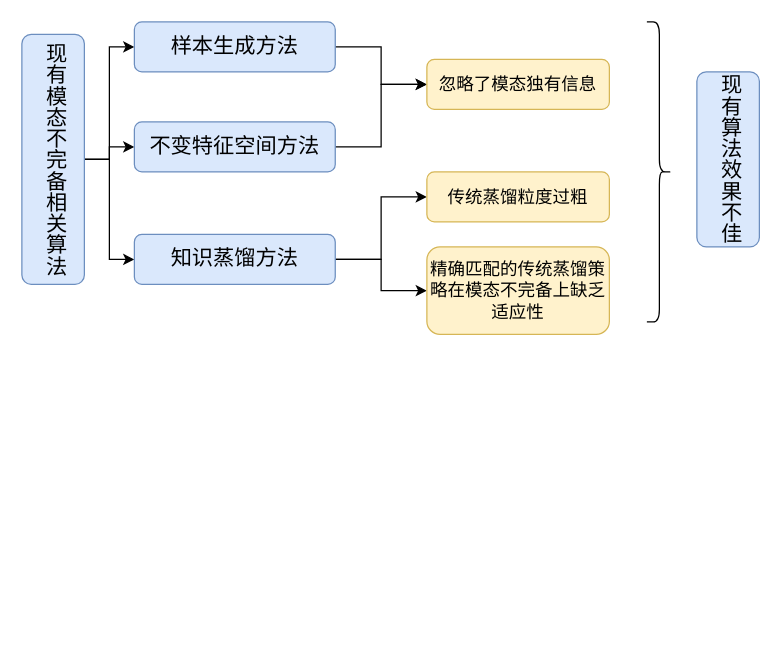
This is 2-4现有算法效果不佳.drawio from Losh-shi/graduate_map, a draw.io file, before an edit. Source tidied: cells renumbered, new cells numbered last; positions are measured from the earlier drawing's top-left corner, leaving out a move shared by most shapes. Both pictures are drawn from the tidied source at 125%, with x=0, y=0 at pixel (21, 21).
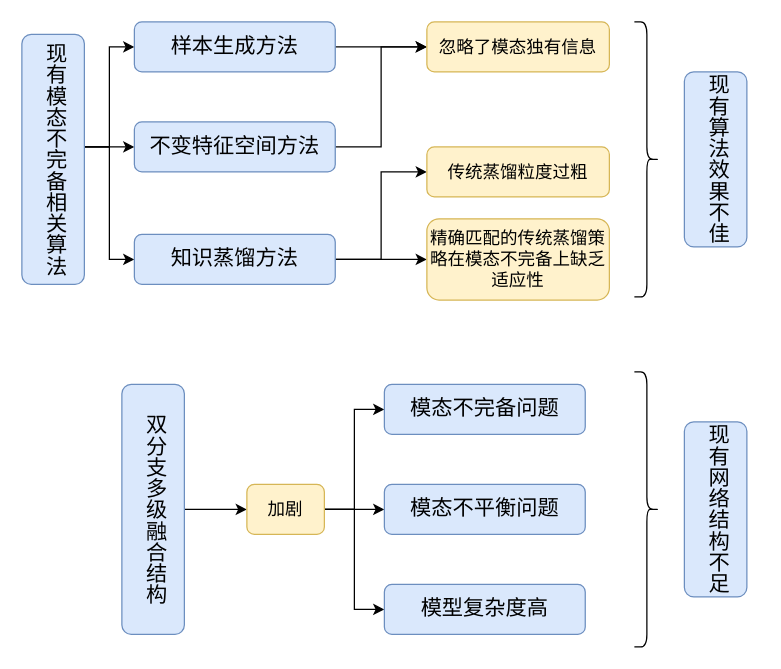
Above is the later version.

Commit message:
更新2-4现有算法效果不佳.drawio

Unchanged cells that the change refers to:
```xml
<mxCell id="5" value="&lt;font style=&quot;font-size: 17px;&quot; face=&quot;宋体&quot;&gt;现有模态不完备相关算法&lt;/font&gt;" style="rounded=1;whiteSpace=wrap;html=1;fillColor=#dae8fc;strokeColor=#6c8ebf;direction=south;textDirection=vertical-lr;" parent="1" vertex="1">
  <mxGeometry y="10" width="50" height="200" as="geometry" />
</mxCell>
<mxCell id="7" value="&lt;font style=&quot;font-size: 17px;&quot; face=&quot;宋体&quot;&gt;样本生成方法&lt;/font&gt;" style="rounded=1;whiteSpace=wrap;html=1;fillColor=#dae8fc;strokeColor=#6c8ebf;" parent="1" vertex="1">
  <mxGeometry x="90" width="160.7" height="40" as="geometry" />
</mxCell>
<mxCell id="9" value="&lt;span style=&quot;line-height: 150%;&quot;&gt;&lt;font style=&quot;font-size: 17px;&quot; face=&quot;宋体&quot;&gt;不变特征空间方法&lt;/font&gt;&lt;/span&gt;" style="rounded=1;whiteSpace=wrap;html=1;fillColor=#dae8fc;strokeColor=#6c8ebf;" parent="1" vertex="1">
  <mxGeometry x="90" y="80" width="160.7" height="40" as="geometry" />
</mxCell>
<mxCell id="12" value="&lt;font style=&quot;font-size: 17px;&quot; face=&quot;宋体&quot;&gt;知识蒸馏方法&lt;/font&gt;" style="rounded=1;whiteSpace=wrap;html=1;fillColor=#dae8fc;strokeColor=#6c8ebf;" parent="1" vertex="1">
  <mxGeometry x="90" y="170" width="160.7" height="40" as="geometry" />
</mxCell>
```

Change to the diagram source:
```diff
@@
     <mxCell id="2" style="edgeStyle=orthogonalEdgeStyle;rounded=0;jettySize=auto;html=1;entryX=0;entryY=0.5;entryDx=0;entryDy=0;" parent="1" edge="1" source="5" target="7">
-      <mxGeometry relative="1" as="geometry" />
+      <mxGeometry relative="1" as="geometry">
+        <Array as="points">
+          <mxPoint x="70" y="100" />
+          <mxPoint x="70" y="20" />
+        </Array>
+      </mxGeometry>
     </mxCell>
     <mxCell id="3" style="edgeStyle=orthogonalEdgeStyle;rounded=0;jettySize=auto;html=1;entryX=0;entryY=0.5;entryDx=0;entryDy=0;" parent="1" edge="1" source="5" target="9">
-      <mxGeometry relative="1" as="geometry" />
+      <mxGeometry relative="1" as="geometry">
+        <Array as="points">
+          <mxPoint x="70" y="100" />
+          <mxPoint x="70" y="100" />
+        </Array>
+      </mxGeometry>
     </mxCell>
     <mxCell id="4" style="edgeStyle=orthogonalEdgeStyle;rounded=0;jettySize=auto;html=1;entryX=0;entryY=0.5;entryDx=0;entryDy=0;" parent="1" edge="1" source="5" target="12">
-      <mxGeometry relative="1" as="geometry" />
+      <mxGeometry relative="1" as="geometry">
+        <Array as="points">
+          <mxPoint x="70" y="100" />
+          <mxPoint x="70" y="190" />
+        </Array>
+      </mxGeometry>
     </mxCell>
@@
     <mxCell id="13" value="&lt;font face=&quot;宋体&quot;&gt;&lt;span style=&quot;font-size: 14px;&quot;&gt;忽略了模态独有信息&lt;/span&gt;&lt;/font&gt;" style="rounded=1;whiteSpace=wrap;html=1;fillColor=#fff2cc;strokeColor=#d6b656;" parent="1" vertex="1">
-      <mxGeometry x="324" y="30" width="146" height="40" as="geometry" />
+      <mxGeometry x="324" width="146" height="40" as="geometry" />
     </mxCell>
@@
     <mxCell id="15" value="&lt;font face=&quot;宋体&quot;&gt;&lt;span style=&quot;font-size: 14px;&quot;&gt;传统蒸馏粒度过粗&lt;/span&gt;&lt;/font&gt;" style="rounded=1;whiteSpace=wrap;html=1;fillColor=#fff2cc;strokeColor=#d6b656;" parent="1" vertex="1">
-      <mxGeometry x="324" y="120" width="146" height="40" as="geometry" />
+      <mxGeometry x="324" y="100" width="146" height="40" as="geometry" />
     </mxCell>
     <mxCell id="16" value="&lt;font face=&quot;宋体&quot;&gt;&lt;span style=&quot;font-size: 14px;&quot;&gt;精确匹配的传统蒸馏策略在模态不完备上缺乏适应性&lt;/span&gt;&lt;/font&gt;" style="rounded=1;whiteSpace=wrap;html=1;fillColor=#fff2cc;strokeColor=#d6b656;" parent="1" vertex="1">
-      <mxGeometry x="324" y="180" width="146" height="70" as="geometry" />
+      <mxGeometry x="324" y="157.5" width="146" height="65" as="geometry" />
     </mxCell>
     <mxCell id="17" value="&lt;font style=&quot;font-size: 17px;&quot; face=&quot;宋体&quot;&gt;现有算法效果不佳&lt;/font&gt;" style="rounded=1;whiteSpace=wrap;html=1;fillColor=#dae8fc;strokeColor=#6c8ebf;direction=south;textDirection=vertical-lr;" parent="1" vertex="1">
-      <mxGeometry x="540" y="40" width="50" height="140" as="geometry" />
+      <mxGeometry x="530" y="40" width="50" height="140" as="geometry" />
     </mxCell>
     <mxCell id="18" style="shape=curlyBracket;whiteSpace=wrap;html=1;rounded=1;flipH=1;labelPosition=right;verticalLabelPosition=middle;align=left;verticalAlign=middle;size=0.5;" parent="1" vertex="1">
-      <mxGeometry x="500" width="20" height="240" as="geometry" />
+      <mxGeometry x="490" width="20" height="220" as="geometry" />
     </mxCell>
+    <mxCell id="19" style="edgeStyle=orthogonalEdgeStyle;rounded=0;jettySize=auto;html=1;entryX=0;entryY=0.5;entryDx=0;entryDy=0;" parent="1" edge="1" source="20" target="25">
+      <mxGeometry relative="1" as="geometry" />
+    </mxCell>
+    <mxCell id="20" value="&lt;font style=&quot;font-size: 17px;&quot; face=&quot;宋体&quot;&gt;双分支多级融合结构&lt;/font&gt;" style="rounded=1;whiteSpace=wrap;html=1;fillColor=#dae8fc;strokeColor=#6c8ebf;direction=south;textDirection=vertical-lr;" parent="1" vertex="1">
+      <mxGeometry x="80" y="290" width="50" height="200" as="geometry" />
+    </mxCell>
+    <mxCell id="21" style="edgeStyle=orthogonalEdgeStyle;rounded=0;orthogonalLoop=1;jettySize=auto;html=1;exitX=0.5;exitY=1;exitDx=0;exitDy=0;" parent="1" edge="1">
+      <mxGeometry relative="1" as="geometry">
+        <mxPoint x="333" y="330" as="sourcePoint" />
+        <mxPoint x="333" y="330" as="targetPoint" />
+      </mxGeometry>
+    </mxCell>
+    <mxCell id="22" style="edgeStyle=orthogonalEdgeStyle;rounded=0;jettySize=auto;html=1;entryX=0;entryY=0.5;entryDx=0;entryDy=0;" parent="1" edge="1" source="25" target="26">
+      <mxGeometry relative="1" as="geometry" />
+    </mxCell>
+    <mxCell id="23" style="edgeStyle=orthogonalEdgeStyle;rounded=0;jettySize=auto;html=1;entryX=0;entryY=0.5;entryDx=0;entryDy=0;" parent="1" edge="1" source="25" target="27">
+      <mxGeometry relative="1" as="geometry" />
+    </mxCell>
+    <mxCell id="24" style="edgeStyle=orthogonalEdgeStyle;rounded=0;jettySize=auto;html=1;entryX=0;entryY=0.5;entryDx=0;entryDy=0;" parent="1" edge="1" source="25" target="28">
+      <mxGeometry relative="1" as="geometry" />
+    </mxCell>
+    <mxCell id="25" value="&lt;font face=&quot;宋体&quot;&gt;&lt;span style=&quot;font-size: 14px;&quot;&gt;加剧&lt;/span&gt;&lt;/font&gt;" style="rounded=1;whiteSpace=wrap;html=1;fillColor=#fff2cc;strokeColor=#d6b656;" parent="1" vertex="1">
+      <mxGeometry x="180" y="370" width="62" height="40" as="geometry" />
+    </mxCell>
+    <mxCell id="26" value="&lt;font style=&quot;font-size: 17px;&quot; face=&quot;宋体&quot;&gt;模态不完备问题&lt;/font&gt;" style="rounded=1;whiteSpace=wrap;html=1;fillColor=#dae8fc;strokeColor=#6c8ebf;" parent="1" vertex="1">
+      <mxGeometry x="290" y="290" width="160.7" height="40" as="geometry" />
+    </mxCell>
+    <mxCell id="27" value="&lt;span style=&quot;line-height: 150%;&quot;&gt;&lt;font style=&quot;font-size: 17px;&quot; face=&quot;宋体&quot;&gt;模态不平衡问题&lt;/font&gt;&lt;/span&gt;" style="rounded=1;whiteSpace=wrap;html=1;fillColor=#dae8fc;strokeColor=#6c8ebf;" parent="1" vertex="1">
+      <mxGeometry x="290" y="370" width="160.7" height="40" as="geometry" />
+    </mxCell>
+    <mxCell id="28" value="&lt;font style=&quot;font-size: 17px;&quot; face=&quot;宋体&quot;&gt;模型复杂度高&lt;/font&gt;" style="rounded=1;whiteSpace=wrap;html=1;fillColor=#dae8fc;strokeColor=#6c8ebf;" parent="1" vertex="1">
+      <mxGeometry x="290" y="450" width="160.7" height="40" as="geometry" />
+    </mxCell>
+    <mxCell id="29" value="&lt;font style=&quot;font-size: 17px;&quot; face=&quot;宋体&quot;&gt;现有网络结构不足&lt;/font&gt;" style="rounded=1;whiteSpace=wrap;html=1;fillColor=#dae8fc;strokeColor=#6c8ebf;direction=south;textDirection=vertical-lr;" parent="1" vertex="1">
+      <mxGeometry x="530" y="320" width="50" height="140" as="geometry" />
+    </mxCell>
+    <mxCell id="30" style="shape=curlyBracket;whiteSpace=wrap;html=1;rounded=1;flipH=1;labelPosition=right;verticalLabelPosition=middle;align=left;verticalAlign=middle;size=0.5;" parent="1" vertex="1">
+      <mxGeometry x="490" y="280" width="20" height="220" as="geometry" />
+    </mxCell>
```
